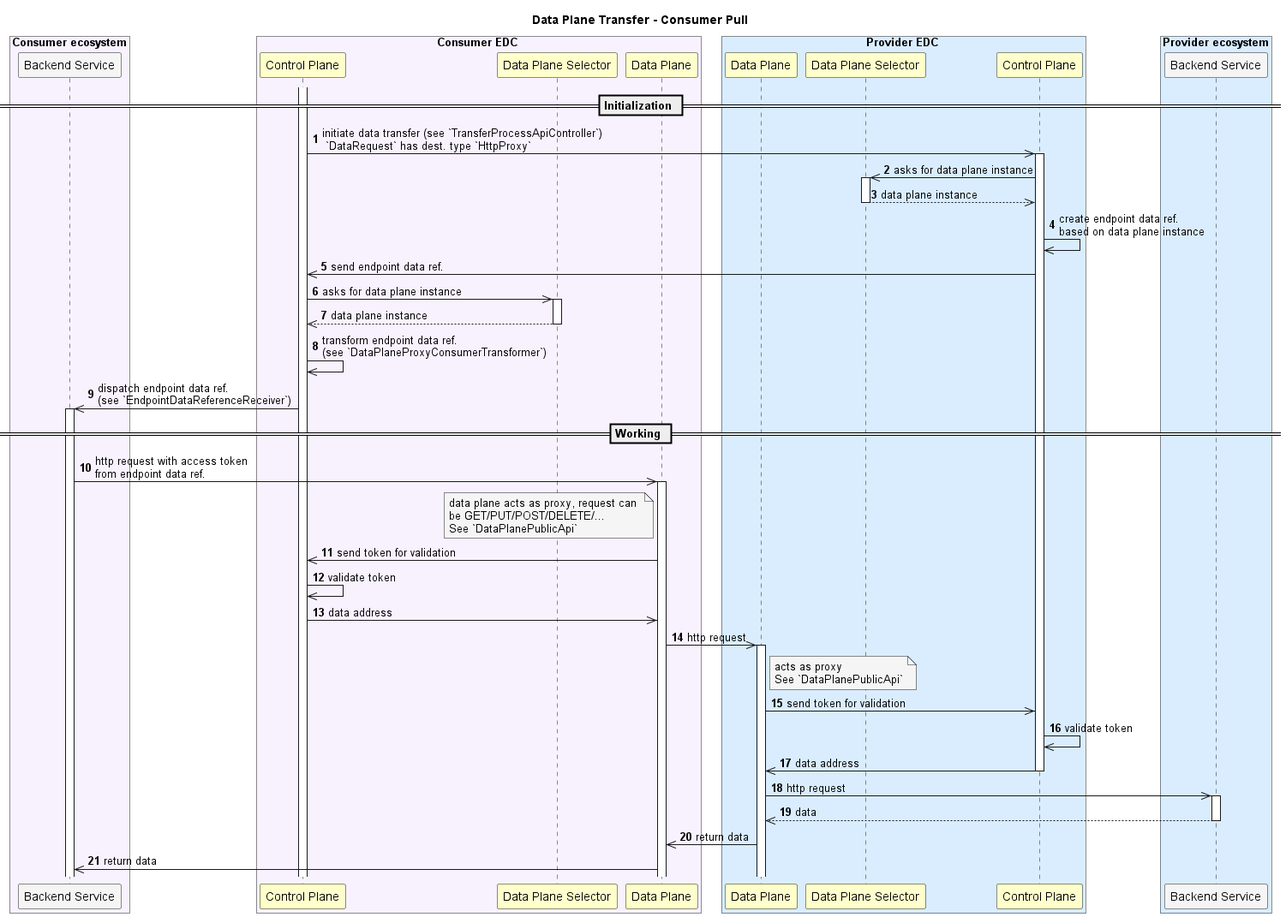
The PlantUML diagram docs/developer/architecture/data-transfer/diagrams/transfer-data-plane-consumer-pull.png in eclipse-edc/Connector, before a commit.
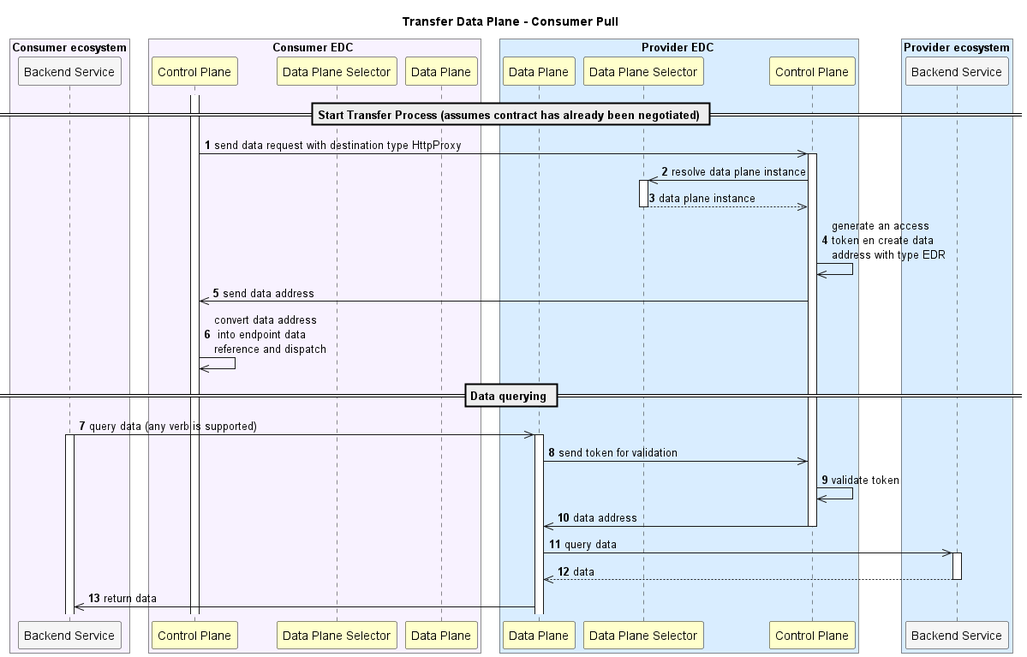
The same diagram one commit later.

What changed in the source:
```diff
@@ -38,45 +38,34 @@
 end box
 
 title
- **Data Plane Transfer - Consumer Pull**
+ **Transfer Data Plane - Consumer Pull**
 end title
 autonumber 1
-== Initialization ==
+== Start Transfer Process (assumes contract has already been negotiated) ==
 
 activate CCP
-CCP ->> PCP : initiate data transfer (see `TransferProcessApiController`)\n `DataRequest` has dest. type `HttpProxy`
+CCP ->> PCP : send data request with destination type HttpProxy
 activate PCP
-PCP ->> PDPS : asks for data plane instance
+PCP ->> PDPS : resolve data plane instance
 activate PDPS
 return data plane instance
-PCP ->> PCP : create endpoint data ref.\nbased on data plane instance
-PCP ->> CCP : send endpoint data ref.
-CCP ->> CDPS : asks for data plane instance
-activate CDPS
-return data plane instance
-CCP ->> CCP : transform endpoint data ref.\n(see `DataPlaneProxyConsumerTransformer`)
-CCP ->> CBE : dispatch endpoint data ref.\n(see `EndpointDataReferenceReceiver`)
+PCP ->> PCP : generate an access\ntoken en create data\naddress with type EDR
+PCP ->> CCP : send data address
+CCP ->> CCP : convert data address\n into endpoint data\nreference and dispatch
+
+== Data querying ==
+
+CBE ->> PDP : query data (any verb is supported)
 activate CBE
-
-== Working ==
-CBE ->> CDP : http request with access token \nfrom endpoint data ref.
-note left of CDP : data plane acts as proxy, request can \nbe GET/PUT/POST/DELETE/...\nSee `DataPlanePublicApi`
-activate CDP
-CDP ->> CCP : send token for validation
-CCP ->> CCP : validate token
-CCP ->> CDP : data address
-CDP ->> PDP : http request
-note right of PDP : acts as proxy\nSee `DataPlanePublicApi`
 activate PDP
 PDP ->> PCP : send token for validation
 PCP ->> PCP : validate token
 PCP ->> PDP : data address
 deactivate PCP
-PDP ->> PBE : http request
+PDP ->> PBE : query data
 activate PBE
 return data
-PDP ->> CDP : return data
-CDP ->> CBE : return data
+PDP ->> CBE : return data
 
 
 @enduml
```
